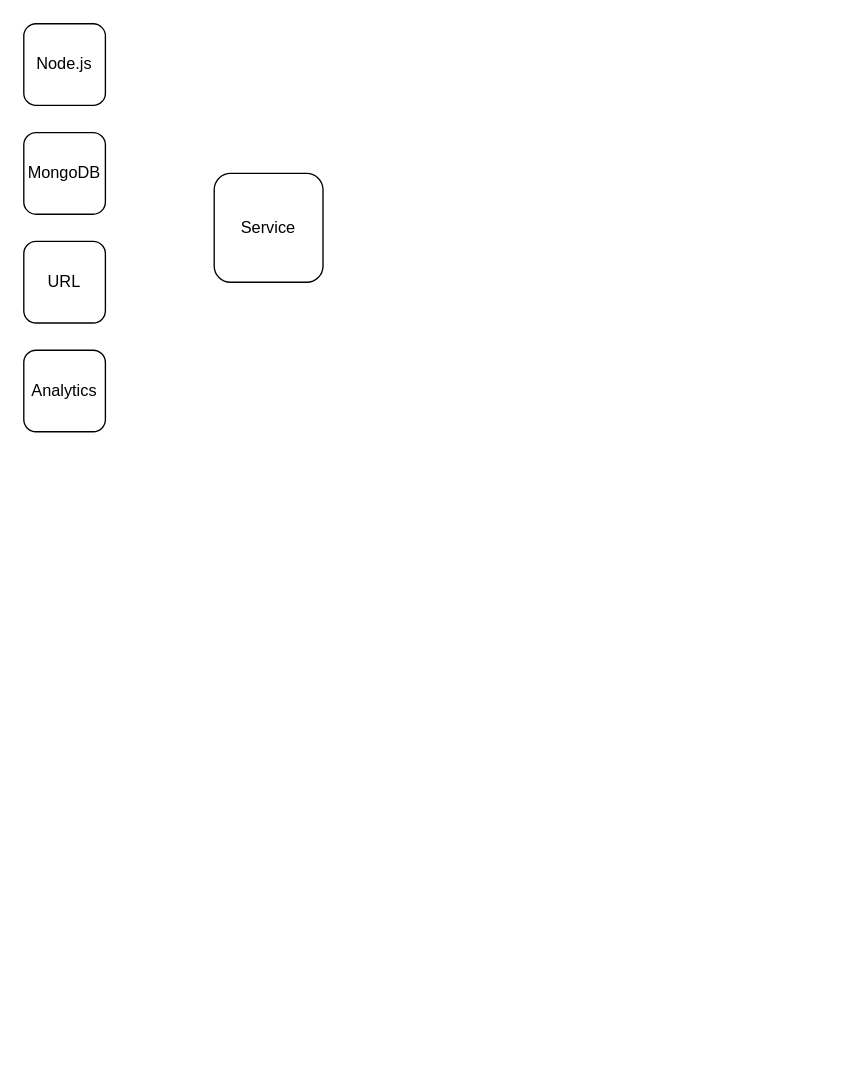
This is Untitled Diagram.drawio from beeplaced/beeplaced, a draw.io file, before an edit. Source tidied: cells renumbered, new cells numbered last; positions are measured from the earlier drawing's top-left corner, leaving out a move shared by most shapes. Both pictures are drawn from the tidied source at 136%, with x=0, y=0 at pixel (23, 23).
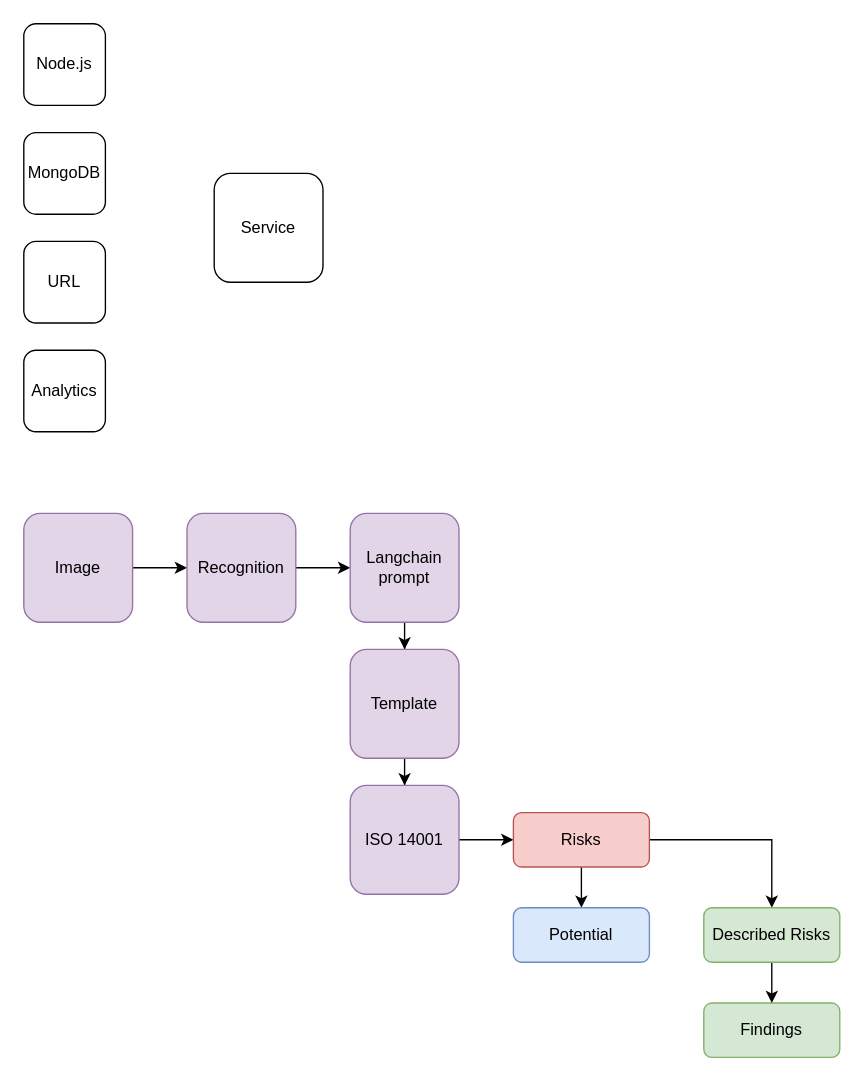
The same diagram, later.

Change to the diagram source:
```diff
@@
+    <mxCell id="7" style="edgeStyle=orthogonalEdgeStyle;rounded=0;jettySize=auto;html=1;" parent="1" edge="1" source="8" target="10">
+      <mxGeometry relative="1" as="geometry" />
+    </mxCell>
+    <mxCell id="8" value="Image" style="whiteSpace=wrap;html=1;rounded=1;fillColor=#e1d5e7;strokeColor=#9673a6;" parent="1" vertex="1">
+      <mxGeometry y="360" width="80" height="80" as="geometry" />
+    </mxCell>
+    <mxCell id="9" style="edgeStyle=orthogonalEdgeStyle;rounded=0;jettySize=auto;html=1;" parent="1" edge="1" source="10" target="12">
+      <mxGeometry relative="1" as="geometry" />
+    </mxCell>
+    <mxCell id="10" value="Recognition" style="whiteSpace=wrap;html=1;rounded=1;fillColor=#e1d5e7;strokeColor=#9673a6;" parent="1" vertex="1">
+      <mxGeometry x="120" y="360" width="80" height="80" as="geometry" />
+    </mxCell>
+    <mxCell id="11" style="edgeStyle=orthogonalEdgeStyle;rounded=0;jettySize=auto;html=1;" parent="1" edge="1" source="12" target="14">
+      <mxGeometry relative="1" as="geometry" />
+    </mxCell>
+    <mxCell id="12" value="Langchain prompt" style="whiteSpace=wrap;html=1;rounded=1;fillColor=#e1d5e7;strokeColor=#9673a6;" parent="1" vertex="1">
+      <mxGeometry x="240" y="360" width="80" height="80" as="geometry" />
+    </mxCell>
+    <mxCell id="13" style="edgeStyle=orthogonalEdgeStyle;rounded=0;jettySize=auto;html=1;" parent="1" edge="1" source="14" target="16">
+      <mxGeometry relative="1" as="geometry" />
+    </mxCell>
+    <mxCell id="14" value="Template" style="whiteSpace=wrap;html=1;rounded=1;fillColor=#e1d5e7;strokeColor=#9673a6;" parent="1" vertex="1">
+      <mxGeometry x="240" y="460" width="80" height="80" as="geometry" />
+    </mxCell>
+    <mxCell id="15" style="edgeStyle=orthogonalEdgeStyle;rounded=0;jettySize=auto;html=1;entryX=0;entryY=0.5;entryDx=0;entryDy=0;" parent="1" edge="1" source="16" target="19">
+      <mxGeometry relative="1" as="geometry" />
+    </mxCell>
+    <mxCell id="16" value="ISO 14001" style="whiteSpace=wrap;html=1;rounded=1;fillColor=#e1d5e7;strokeColor=#9673a6;" parent="1" vertex="1">
+      <mxGeometry x="240" y="560" width="80" height="80" as="geometry" />
+    </mxCell>
+    <mxCell id="17" style="edgeStyle=orthogonalEdgeStyle;rounded=0;jettySize=auto;html=1;" parent="1" edge="1" source="19" target="21">
+      <mxGeometry relative="1" as="geometry" />
+    </mxCell>
+    <mxCell id="18" style="edgeStyle=orthogonalEdgeStyle;rounded=0;jettySize=auto;html=1;entryX=0.5;entryY=0;entryDx=0;entryDy=0;" parent="1" edge="1" source="19" target="23">
+      <mxGeometry relative="1" as="geometry" />
+    </mxCell>
+    <mxCell id="19" value="Risks" style="rounded=1;whiteSpace=wrap;html=1;fillColor=#f8cecc;strokeColor=#b85450;" parent="1" vertex="1">
+      <mxGeometry x="360" y="580" width="100" height="40" as="geometry" />
+    </mxCell>
+    <mxCell id="20" value="Findings" style="rounded=1;whiteSpace=wrap;html=1;fillColor=#d5e8d4;strokeColor=#82b366;" parent="1" vertex="1">
+      <mxGeometry x="500" y="720" width="100" height="40" as="geometry" />
+    </mxCell>
+    <mxCell id="21" value="Potential" style="rounded=1;whiteSpace=wrap;html=1;fillColor=#dae8fc;strokeColor=#6c8ebf;" parent="1" vertex="1">
+      <mxGeometry x="360" y="650" width="100" height="40" as="geometry" />
+    </mxCell>
+    <mxCell id="22" style="edgeStyle=orthogonalEdgeStyle;rounded=0;jettySize=auto;html=1;" parent="1" edge="1" source="23" target="20">
+      <mxGeometry relative="1" as="geometry" />
+    </mxCell>
+    <mxCell id="23" value="Described Risks" style="rounded=1;whiteSpace=wrap;html=1;fillColor=#d5e8d4;strokeColor=#82b366;" parent="1" vertex="1">
+      <mxGeometry x="500" y="650" width="100" height="40" as="geometry" />
+    </mxCell>
```
